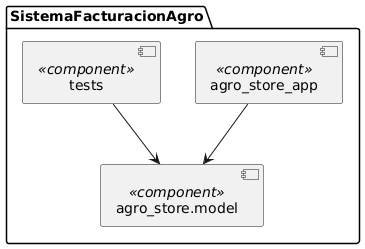
Earlier version of the PlantUML export diagrams/componentes.png (nicobh12/Sistema-Facturacion-Agro). The source it was exported from:
```plantuml
@startuml
package "SistemaFacturacionAgro" {
[agro_store.model] <<component>>
[agro_store_app] <<component>>
[tests] <<component>>
}


[agro_store_app] --> [agro_store.model]
[tests] --> [agro_store.model]
@enduml
```
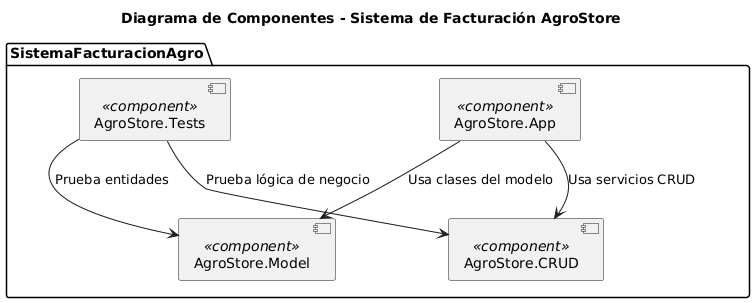
Later version of the same file.

What changed in the source:
```diff
@@ -1,11 +1,15 @@
 @startuml
+title Diagrama de Componentes - Sistema de Facturación AgroStore
+
 package "SistemaFacturacionAgro" {
-[agro_store.model] <<component>>
-[agro_store_app] <<component>>
-[tests] <<component>>
+  [AgroStore.Model] <<component>>
+  [AgroStore.CRUD] <<component>>
+  [AgroStore.App] <<component>>
+  [AgroStore.Tests] <<component>>
 }
 
-
-[agro_store_app] --> [agro_store.model]
-[tests] --> [agro_store.model]
+[AgroStore.App] --> [AgroStore.Model] : Usa clases del modelo
+[AgroStore.App] --> [AgroStore.CRUD] : Usa servicios CRUD
+[AgroStore.Tests] --> [AgroStore.Model] : Prueba entidades
+[AgroStore.Tests] --> [AgroStore.CRUD] : Prueba lógica de negocio
 @enduml
```
